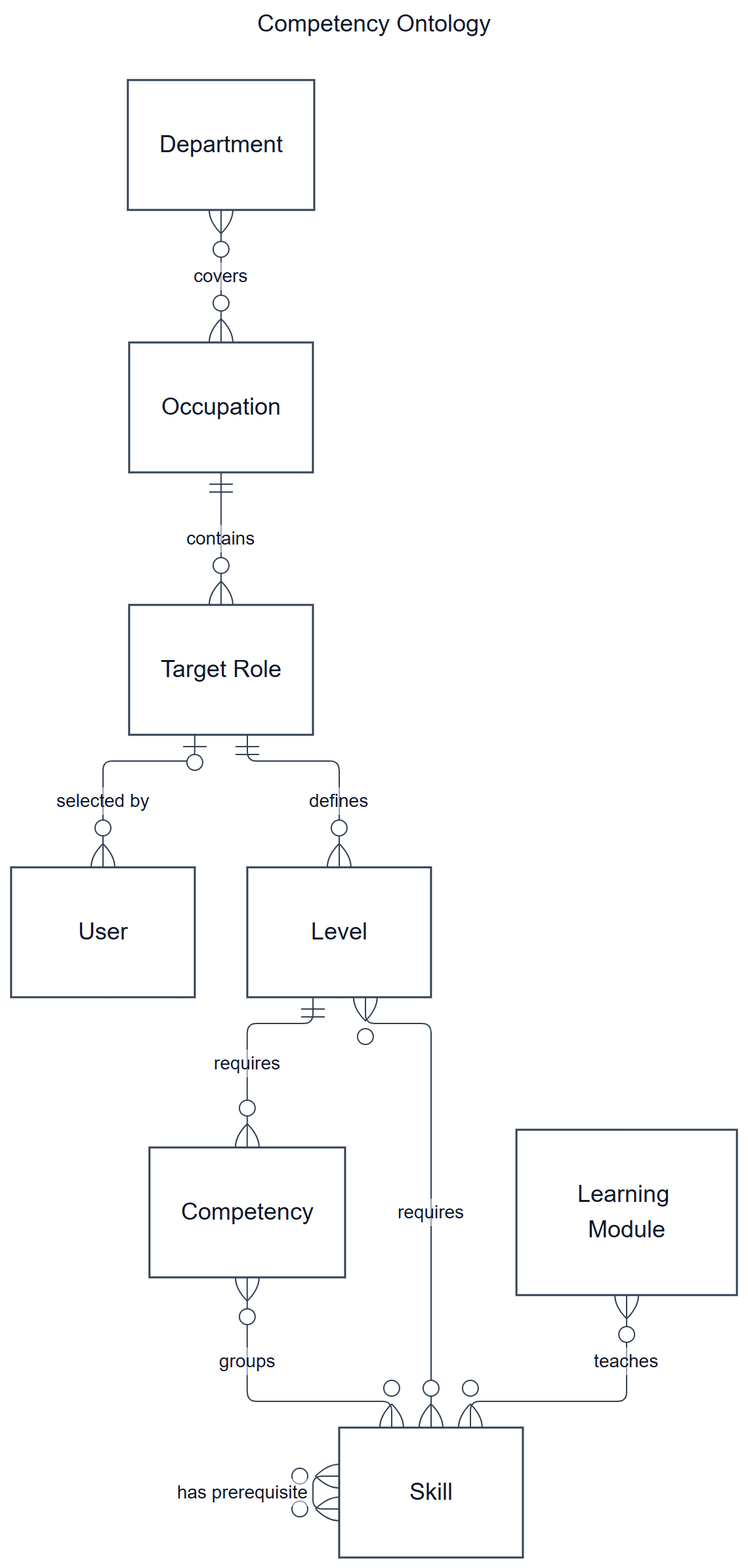
This is documents/diagrams/mermaid/cerd-03.png from SEP490-Fall-2026-GFA26SE64/SEP490, a Mermaid export, as it was before one commit. Its source is kept beside it as documents/diagrams/mermaid/cerd-03.mmd.
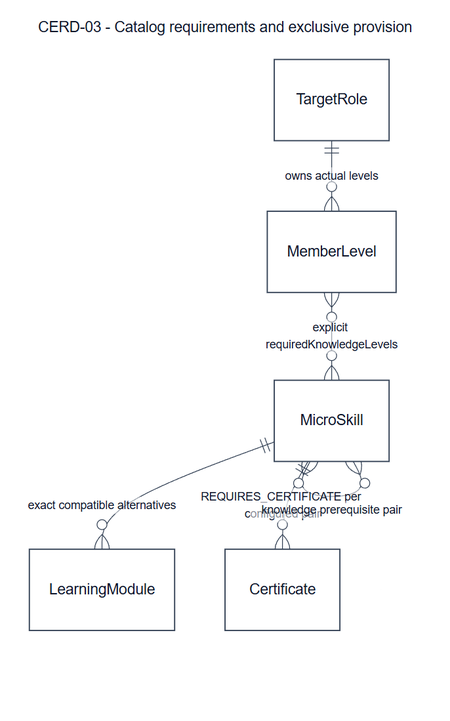
The same diagram one commit later.

Change to the diagram source:
```diff
@@ -1,7 +1,7 @@
 ---
-title: "Competency Ontology"
+title: "CERD-03 - Catalog requirements and exclusive provision"
 config:
-  layout: elk
+  layout: dagre
   look: classic
   theme: base
   fontFamily: "Arial, sans-serif"
@@ -9,21 +9,11 @@
   themeVariables: {background: "#ffffff", primaryColor: "#ffffff", primaryTextColor: "#0f172a", primaryBorderColor: "#334155", lineColor: "#334155", textColor: "#0f172a", edgeLabelBackground: "#ffffff", fontSize: "18px"}
   er: {nodeSpacing: 36, rankSpacing: 65, minEntityWidth: 140, diagramPadding: 24}
 ---
+
 erDiagram
-  C03_User["User"]
-  C03_Department["Department"]
-  C03_Job Position["Job Position"]
-  C03_Role["Target Role"]
-  C03_Level["Level"]
-  C03_Competency["Competency"]
-  C03_Skill["Skill"]
-  C03_Module["Learning Module"]
-  C03_Department }o--o{ C03_Job Position : "covers"
-  C03_Job Position ||--o{ C03_Role : "contains"
-  C03_Role |o--o{ C03_User : "selected by"
-  C03_Role ||--o{ C03_Level : "defines"
-  C03_Level ||--o{ C03_Competency : "requires"
-  C03_Competency }o--o{ C03_Skill : "groups"
-  C03_Level }o--o{ C03_Skill : "requires"
-  C03_Module }o--o{ C03_Skill : "teaches"
-  C03_Skill }o--o{ C03_Skill : "has prerequisite"
+  direction TB
+  TargetRole ||--o{ MemberLevel : "owns actual levels"
+  MemberLevel }o--o{ MicroSkill : "explicit requiredKnowledgeLevels"
+  MicroSkill ||--o{ LearningModule : "exact compatible alternatives"
+  MicroSkill ||--o{ Certificate : "REQUIRES_CERTIFICATE per configured pair"
+  MicroSkill }o--o{ MicroSkill : "knowledge prerequisite pair"
```
